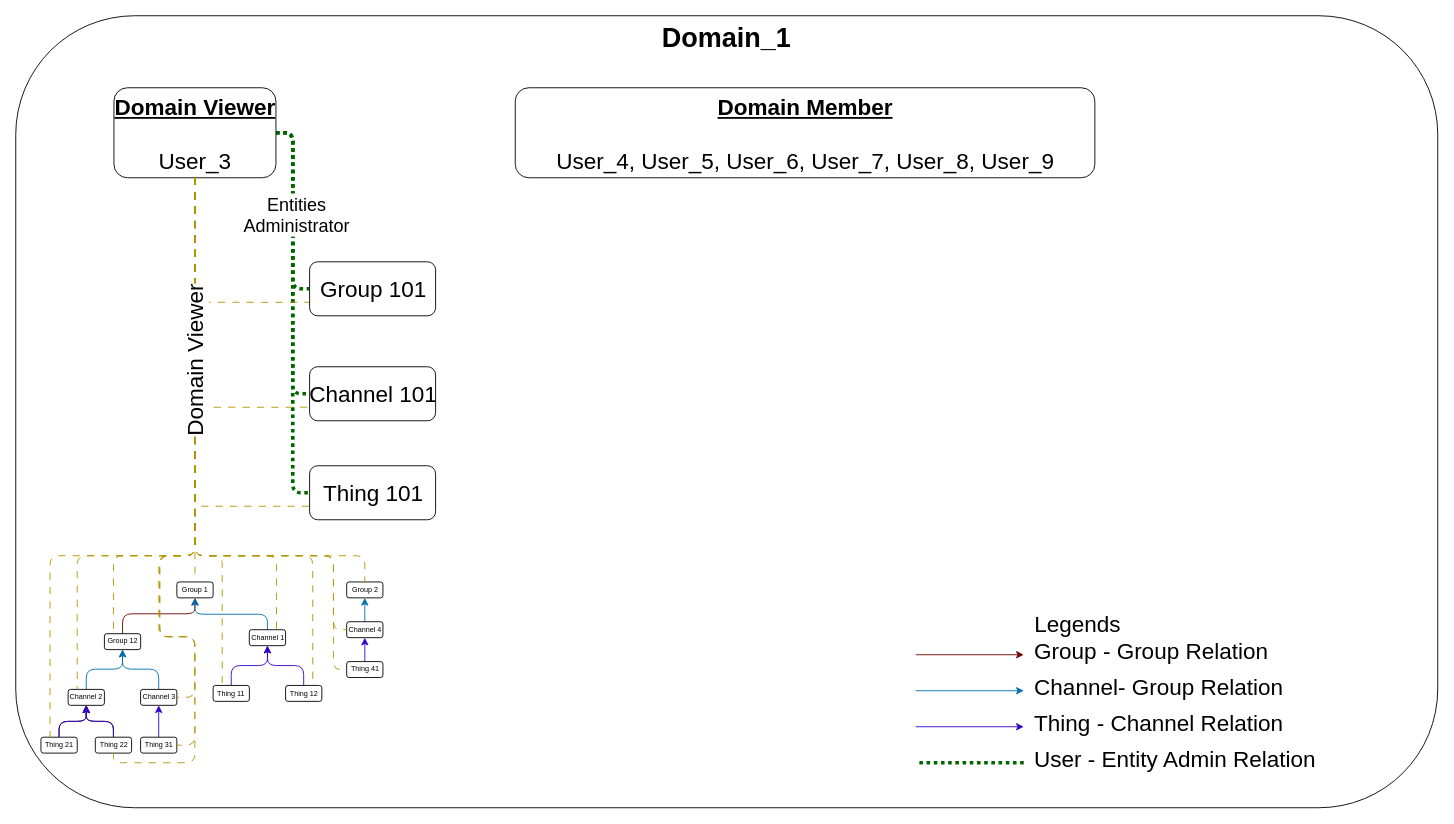
absmach/supermq-docs keeps this draw.io diagram as docs/diagrams/group_users_administrator_1.drawio. Above is the earlier version. Source tidied: cells renumbered, new cells numbered last; positions are measured from the earlier drawing's top-left corner, leaving out a move shared by most shapes. Both pictures are drawn from the tidied source at 90%, with x=0, y=0 at pixel (15, 15).
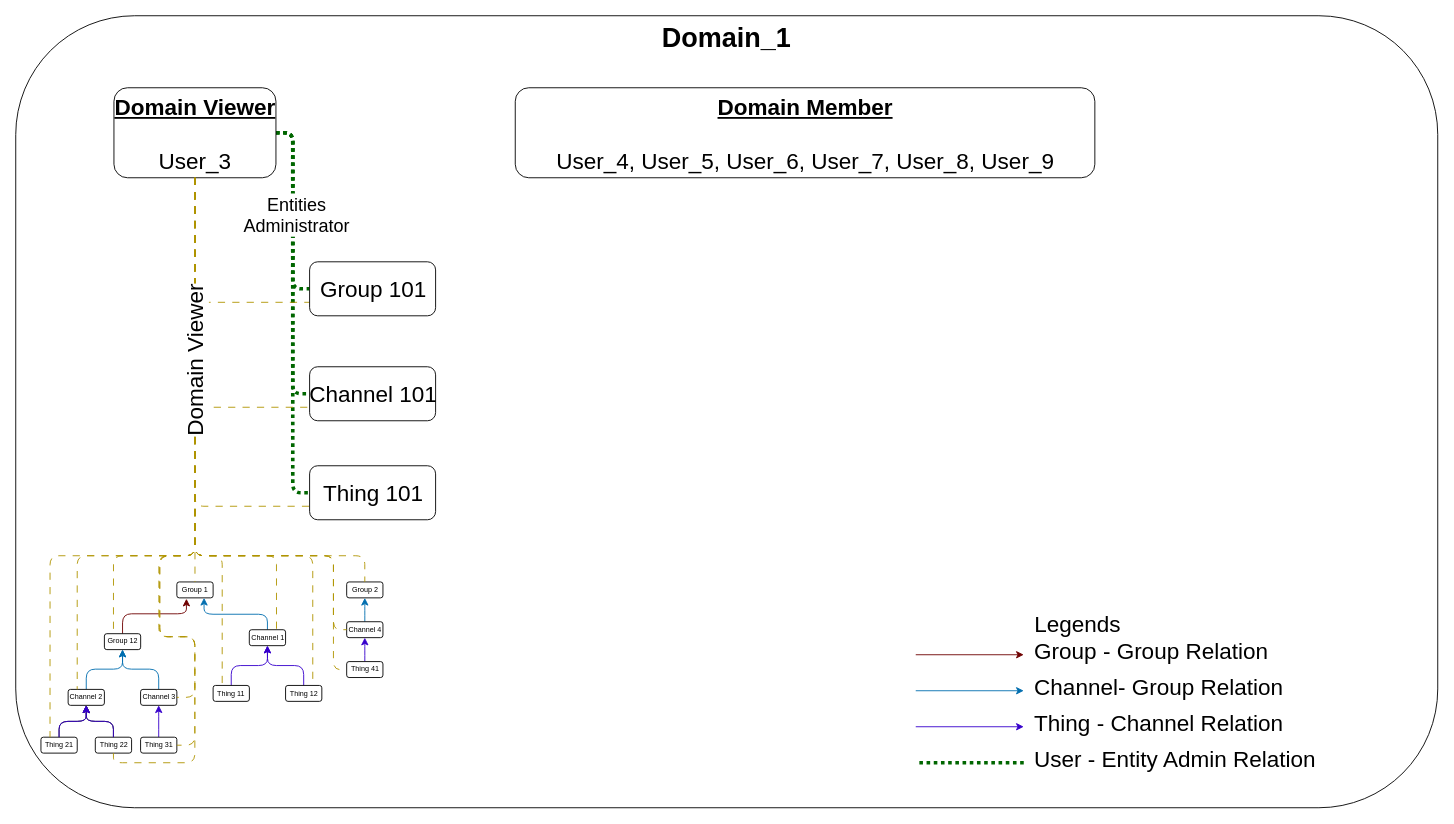
After the change.

Unchanged cells that the change refers to:
```xml
<mxCell id="7" style="group;fontSize=8;" parent="6" vertex="1">
  <mxGeometry x="28" y="607" width="380" height="230" as="geometry" />
</mxCell>
<mxCell id="8" value="Group 1" style="rounded=1;html=1;fontSize=8;" parent="7" vertex="1">
  <mxGeometry x="151" y="22.1" width="40.3" height="17.7" as="geometry" />
</mxCell>
<mxCell id="10" value="Group 12" style="rounded=1;whiteSpace=wrap;html=1;fontSize=8;" parent="7" vertex="1">
  <mxGeometry x="70.5" y="79.6" width="40.3" height="17.7" as="geometry" />
</mxCell>
<mxCell id="16" value="Channel 1" style="rounded=1;html=1;fontSize=8;" parent="7" vertex="1">
  <mxGeometry x="231.5" y="75.2" width="40.3" height="17.7" as="geometry" />
</mxCell>
```

Diff of the diagram source:
```diff
@@
-    <mxCell id="9" style="edgeStyle=elbowEdgeStyle;rounded=1;elbow=vertical;html=1;entryX=0.5;entryY=1;entryDx=0;entryDy=0;fontSize=8;fillColor=#a20025;strokeColor=#6F0000;" parent="7" edge="1" source="10" target="8">
+    <mxCell id="9" style="edgeStyle=elbowEdgeStyle;rounded=1;elbow=vertical;html=1;entryX=0.264;entryY=1.053;entryDx=0;entryDy=0;fontSize=8;fillColor=#a20025;strokeColor=#6F0000;entryPerimeter=0;" parent="7" edge="1" source="10" target="8">
       <mxGeometry relative="1" as="geometry">
         <Array as="points">
           <mxPoint x="130.9" y="57.5" />
         </Array>
       </mxGeometry>
     </mxCell>
@@
-    <mxCell id="15" style="edgeStyle=elbowEdgeStyle;rounded=1;elbow=vertical;html=1;fontSize=8;fillColor=#1ba1e2;strokeColor=#006EAF;" parent="7" edge="1" source="16">
-      <mxGeometry relative="1" as="geometry">
-        <mxPoint x="171.1" y="39.8" as="targetPoint" />
-      </mxGeometry>
+    <mxCell id="15" style="edgeStyle=elbowEdgeStyle;rounded=1;elbow=vertical;html=1;fontSize=8;fillColor=#1ba1e2;strokeColor=#006EAF;entryX=0.75;entryY=1;entryDx=0;entryDy=0;" parent="7" edge="1" source="16" target="8">
+      <mxGeometry relative="1" as="geometry" />
     </mxCell>
```
